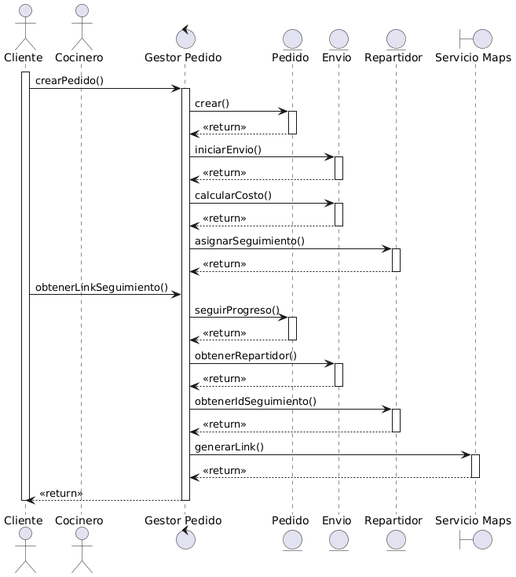
Earlier version of the PlantUML export documents/Diagramas Secuencia/Diagramas/bloq3_diagrama_secuencia.png (dabien3/ES25UAB-511-05).
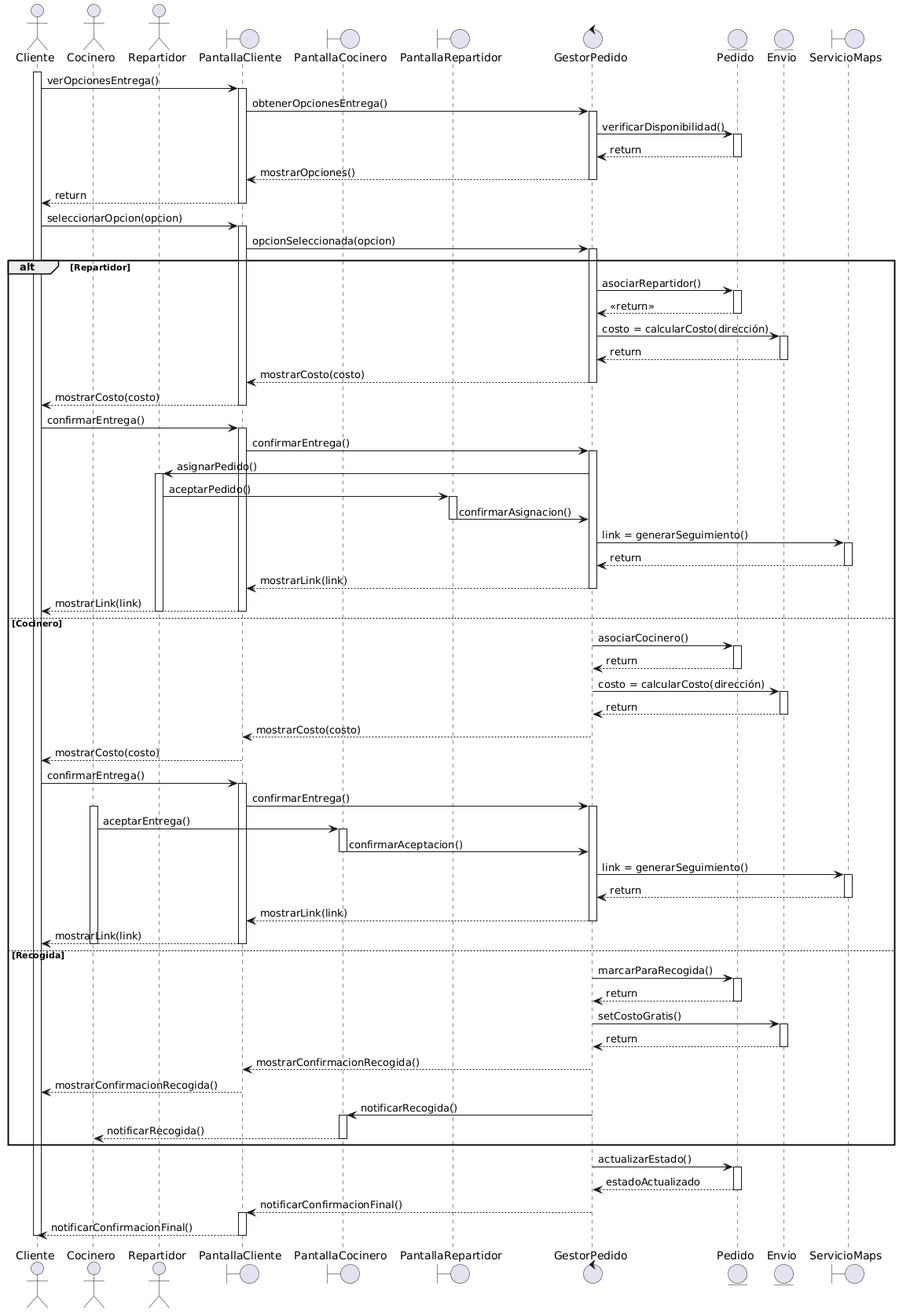
The same file after the commit.

Commit message:
Diagrama de secuencias corregido

The edit, as a diff of the source:
```diff
@@ -1,60 +1,145 @@
 @startuml
 actor Cliente
 actor Cocinero
+actor Repartidor
 
-control "Gestor Pedido" as GestorPedido
+boundary "PantallaCliente" as UICliente
+boundary "PantallaCocinero" as UICocinero
+boundary "PantallaRepartidor" as UIRepartidor
+
+control "GestorPedido" as GestorPedido
 entity "Pedido" as Pedido
 entity "Envio" as Envio
-entity "Repartidor" as Repartidor
-boundary "Servicio Maps" as ServicioMaps
+boundary "ServicioMaps" as ServicioMaps
 
 activate Cliente
-Cliente -> GestorPedido : crearPedido()
+Cliente -> UICliente : verOpcionesEntrega()
+activate UICliente
+UICliente -> GestorPedido : obtenerOpcionesEntrega()
+activate GestorPedido
+GestorPedido -> Pedido : verificarDisponibilidad()
+activate Pedido
+Pedido --> GestorPedido : return
+deactivate Pedido
+GestorPedido --> UICliente : mostrarOpciones()
+deactivate GestorPedido
+UICliente --> Cliente : return
+deactivate UICliente
+
+Cliente -> UICliente : seleccionarOpcion(opcion)
+activate UICliente
+UICliente -> GestorPedido : opcionSeleccionada(opcion)
 activate GestorPedido
 
-GestorPedido -> Pedido : crear()
+alt Repartidor
+    GestorPedido -> Pedido : asociarRepartidor()
+    activate Pedido
+    Pedido --> GestorPedido : <<return>>
+    deactivate Pedido
+
+    GestorPedido -> Envio : costo = calcularCosto(dirección)
+    activate Envio
+    Envio --> GestorPedido : return
+    deactivate Envio
+
+    GestorPedido --> UICliente : mostrarCosto(costo)
+    deactivate GestorPedido
+    UICliente --> Cliente : mostrarCosto(costo)
+    deactivate UICliente
+
+    Cliente -> UICliente : confirmarEntrega()
+    activate UICliente
+    UICliente -> GestorPedido : confirmarEntrega()
+    activate GestorPedido
+
+    GestorPedido -> Repartidor : asignarPedido()
+    activate Repartidor
+    Repartidor -> UIRepartidor : aceptarPedido()
+    activate UIRepartidor
+    UIRepartidor -> GestorPedido : confirmarAsignacion()
+    deactivate UIRepartidor
+
+    GestorPedido -> ServicioMaps : link = generarSeguimiento()
+    activate ServicioMaps
+    ServicioMaps --> GestorPedido : return
+    deactivate ServicioMaps
+
+    GestorPedido --> UICliente : mostrarLink(link)
+    deactivate GestorPedido
+    UICliente --> Cliente : mostrarLink(link)
+    deactivate UICliente
+    deactivate Repartidor
+
+else Cocinero
+    GestorPedido -> Pedido : asociarCocinero()
+    activate Pedido
+    Pedido --> GestorPedido : return
+    deactivate Pedido
+
+    GestorPedido -> Envio : costo = calcularCosto(dirección)
+    activate Envio
+    Envio --> GestorPedido : return
+    deactivate Envio
+
+    GestorPedido --> UICliente : mostrarCosto(costo)
+    deactivate GestorPedido
+    UICliente --> Cliente : mostrarCosto(costo)
+    deactivate UICliente
+
+    Cliente -> UICliente : confirmarEntrega()
+    activate UICliente
+    UICliente -> GestorPedido : confirmarEntrega()
+    activate GestorPedido
+
+    activate Cocinero
+    Cocinero -> UICocinero : aceptarEntrega()
+    activate UICocinero
+    UICocinero -> GestorPedido : confirmarAceptacion()
+    deactivate UICocinero
+
+    GestorPedido -> ServicioMaps : link = generarSeguimiento()
+    activate ServicioMaps
+    ServicioMaps --> GestorPedido : return
+    deactivate ServicioMaps
+
+    GestorPedido --> UICliente : mostrarLink(link)
+    deactivate GestorPedido
+    UICliente --> Cliente : mostrarLink(link)
+    deactivate UICliente
+    deactivate Cocinero
+
+else Recogida
+    GestorPedido -> Pedido : marcarParaRecogida()
+    activate Pedido
+    Pedido --> GestorPedido : return
+    deactivate Pedido
+
+    GestorPedido -> Envio : setCostoGratis()
+    activate Envio
+    Envio --> GestorPedido : return
+    deactivate Envio
+
+    GestorPedido --> UICliente : mostrarConfirmacionRecogida()
+    deactivate GestorPedido
+    UICliente --> Cliente : mostrarConfirmacionRecogida()
+    deactivate UICliente
+
+    GestorPedido -> UICocinero : notificarRecogida()
+    activate UICocinero
+    UICocinero --> Cocinero : notificarRecogida()
+    deactivate UICocinero
+end
+
+
+activate GestorPedido
+GestorPedido -> Pedido : actualizarEstado()
 activate Pedido
-Pedido --> GestorPedido : <<return>>
+Pedido --> GestorPedido : estadoActualizado
 deactivate Pedido
-
-GestorPedido -> Envio : iniciarEnvio()
-activate Envio
-Envio --> GestorPedido : <<return>>
-deactivate Envio
-
-GestorPedido -> Envio : calcularCosto()
-activate Envio
-Envio --> GestorPedido : <<return>>
-deactivate Envio
-
-GestorPedido -> Repartidor : asignarSeguimiento()
-activate Repartidor
-Repartidor --> GestorPedido : <<return>>
-deactivate Repartidor
-
-Cliente -> GestorPedido : obtenerLinkSeguimiento()
-
-GestorPedido -> Pedido : seguirProgreso()
-activate Pedido
-Pedido --> GestorPedido : <<return>>
-deactivate Pedido
-
-GestorPedido -> Envio : obtenerRepartidor()
-activate Envio
-Envio --> GestorPedido : <<return>>
-deactivate Envio
-
-GestorPedido -> Repartidor : obtenerIdSeguimiento()
-activate Repartidor
-Repartidor --> GestorPedido : <<return>>
-deactivate Repartidor
-
-GestorPedido -> ServicioMaps : generarLink()
-activate ServicioMaps
-ServicioMaps --> GestorPedido : <<return>>
-deactivate ServicioMaps
-
-GestorPedido --> Cliente : <<return>>
+GestorPedido --> UICliente : notificarConfirmacionFinal()
 deactivate GestorPedido
+activate UICliente
+UICliente --> Cliente : notificarConfirmacionFinal()
+deactivate UICliente
 deactivate Cliente
 @enduml
```
